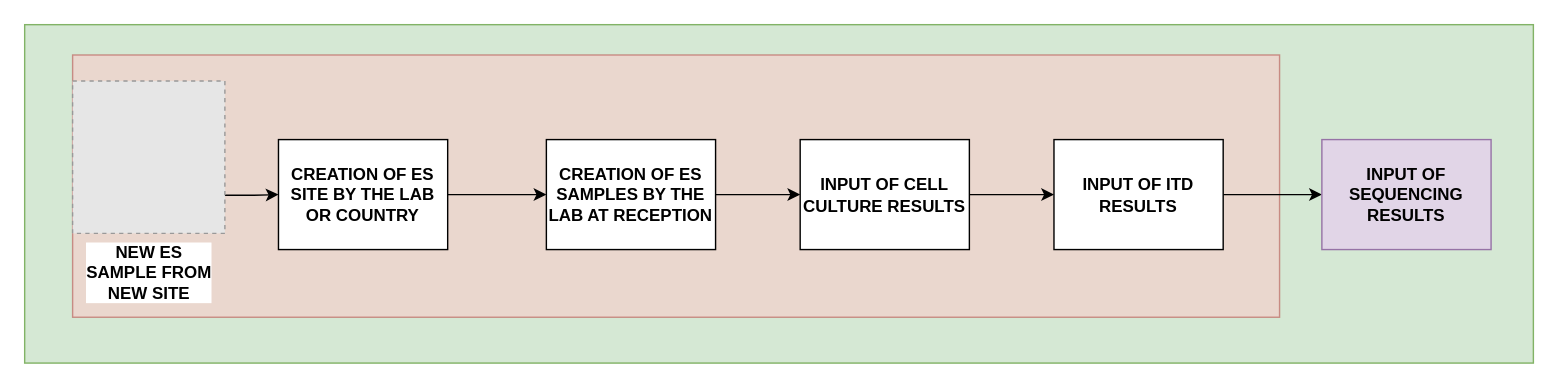
The draw.io diagram ES_Data_flow.drawio in DemevengDerrick/Workflows, before the edit. Source tidied: cells renumbered, new cells numbered last; positions are measured from the earlier drawing's top-left corner, leaving out a move shared by most shapes. Both pictures are drawn from the tidied source at 141%, with x=0, y=0 at pixel (24, 24). Pictures stored in the file or linked from it are replaced by grey dashed boxes.
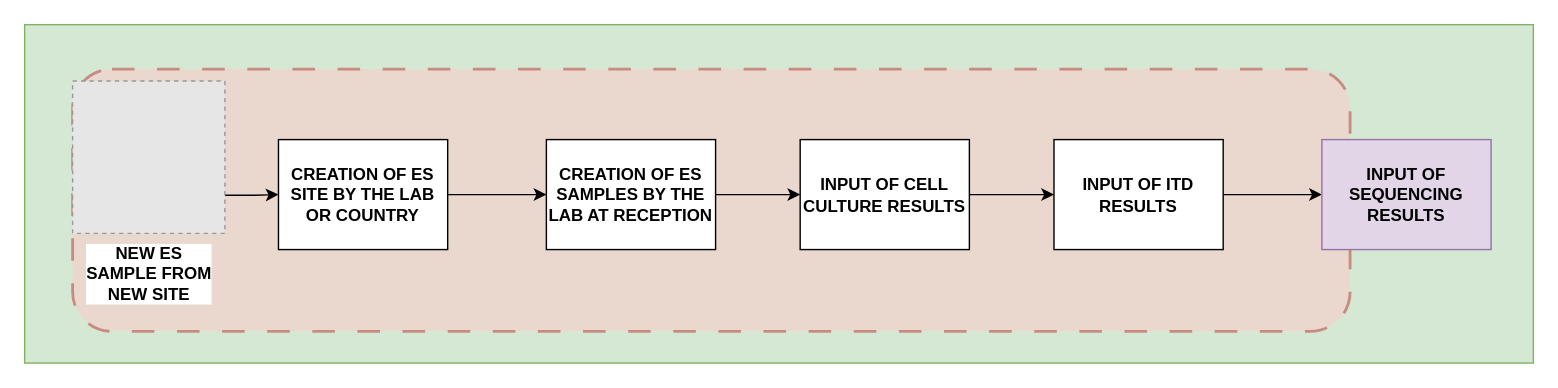
The same diagram, later.

What changed in the source:
```diff
@@
 <mxGraphModel>
   <root>
     <mxCell id="0" />
     <mxCell id="1" parent="0" />
     <mxCell id="2" style="rounded=0;whiteSpace=wrap;html=1;fillColor=#d5e8d4;strokeColor=#82b366;fontStyle=1;" parent="1" vertex="1">
       <mxGeometry width="1070" height="240" as="geometry" />
     </mxCell>
-    <mxCell id="3" style="rounded=0;whiteSpace=wrap;html=1;fillColor=#f8cecc;strokeColor=#b85450;fontStyle=1;opacity=60;" parent="1" vertex="1">
-      <mxGeometry x="34" y="21.5" width="856" height="186" as="geometry" />
+    <mxCell id="3" style="rounded=1;whiteSpace=wrap;html=1;fillColor=#f8cecc;strokeColor=#b85450;fontStyle=1;opacity=60;dashed=1;dashPattern=8 8;gradientColor=none;strokeWidth=2;" parent="1" vertex="1">
+      <mxGeometry x="34" y="31.5" width="906" height="186" as="geometry" />
     </mxCell>
     <mxCell id="4" style="edgeStyle=orthogonalEdgeStyle;rounded=0;jettySize=auto;html=1;exitX=1;exitY=0.5;exitDx=0;exitDy=0;fontStyle=1;" parent="1" edge="1" source="5" target="7">
       <mxGeometry relative="1" as="geometry" />
     </mxCell>
     <mxCell id="5" value="CREATION OF ES SITE BY THE LAB OR COUNTRY" style="rounded=0;whiteSpace=wrap;html=1;fontStyle=1;" parent="1" vertex="1">
       <mxGeometry x="180" y="81.5" width="120" height="78" as="geometry" />
     </mxCell>
     <mxCell id="6" style="edgeStyle=orthogonalEdgeStyle;rounded=0;jettySize=auto;html=1;exitX=1;exitY=0.5;exitDx=0;exitDy=0;entryX=0;entryY=0.5;entryDx=0;entryDy=0;fontStyle=1;" parent="1" edge="1" source="7" target="9">
       <mxGeometry relative="1" as="geometry" />
     </mxCell>
     <mxCell id="7" value="CREATION OF ES SAMPLES BY THE LAB AT RECEPTION" style="rounded=0;whiteSpace=wrap;html=1;fontStyle=1;" parent="1" vertex="1">
       <mxGeometry x="370" y="81.5" width="120" height="78" as="geometry" />
     </mxCell>
     <mxCell id="8" style="edgeStyle=orthogonalEdgeStyle;rounded=0;jettySize=auto;html=1;exitX=1;exitY=0.5;exitDx=0;exitDy=0;entryX=0;entryY=0.5;entryDx=0;entryDy=0;fontStyle=1;" parent="1" edge="1" source="9" target="11">
       <mxGeometry relative="1" as="geometry" />
     </mxCell>
     <mxCell id="9" value="INPUT OF CELL CULTURE RESULTS" style="rounded=0;whiteSpace=wrap;html=1;fontStyle=1;" parent="1" vertex="1">
       <mxGeometry x="550" y="81.5" width="120" height="78" as="geometry" />
     </mxCell>
     <mxCell id="10" style="edgeStyle=orthogonalEdgeStyle;rounded=0;jettySize=auto;html=1;exitX=1;exitY=0.5;exitDx=0;exitDy=0;fontStyle=1;" parent="1" edge="1" source="11" target="12">
       <mxGeometry relative="1" as="geometry" />
     </mxCell>
     <mxCell id="11" value="INPUT OF ITD RESULTS" style="rounded=0;whiteSpace=wrap;html=1;fontStyle=1;" parent="1" vertex="1">
       <mxGeometry x="730" y="81.5" width="120" height="78" as="geometry" />
     </mxCell>
     <mxCell id="12" value="INPUT OF SEQUENCING RESULTS" style="rounded=0;whiteSpace=wrap;html=1;fontStyle=1;fillColor=#e1d5e7;strokeColor=#9673a6;" parent="1" vertex="1">
       <mxGeometry x="920" y="81.5" width="120" height="78" as="geometry" />
     </mxCell>
     <mxCell id="13" style="edgeStyle=orthogonalEdgeStyle;rounded=0;jettySize=auto;html=1;exitX=1;exitY=0.75;exitDx=0;exitDy=0;" parent="1" edge="1" source="14" target="5">
       <mxGeometry relative="1" as="geometry" />
     </mxCell>
-    <mxCell id="14" value="NEW ES&lt;div&gt;SAMPLE FROM&lt;/div&gt;&lt;div&gt;NEW SITE&lt;/div&gt;" style="fillColor=#E6E6E6;strokeColor=#999999;dashed=1;html=1;verticalAlign=top;verticalLabelPosition=bottom;labelBackgroundColor=#ffffff;fontStyle=1;" parent="1" vertex="1">
+    <mxCell id="14" value="NEW ES&lt;div&gt;SAMPLE FROM&lt;/div&gt;&lt;div&gt;NEW SITE&lt;/div&gt;" style="fillColor=#E6E6E6;strokeColor=#999999;dashed=1;html=1;verticalAlign=top;verticalLabelPosition=bottom;labelBackgroundColor=#ffffff;fontStyle=1;spacingTop=1;spacingBottom=1;spacingLeft=1;spacingRight=2;" parent="1" vertex="1">
       <mxGeometry x="34" y="40" width="108" height="108" as="geometry" />
     </mxCell>
   </root>
 </mxGraphModel>
```
